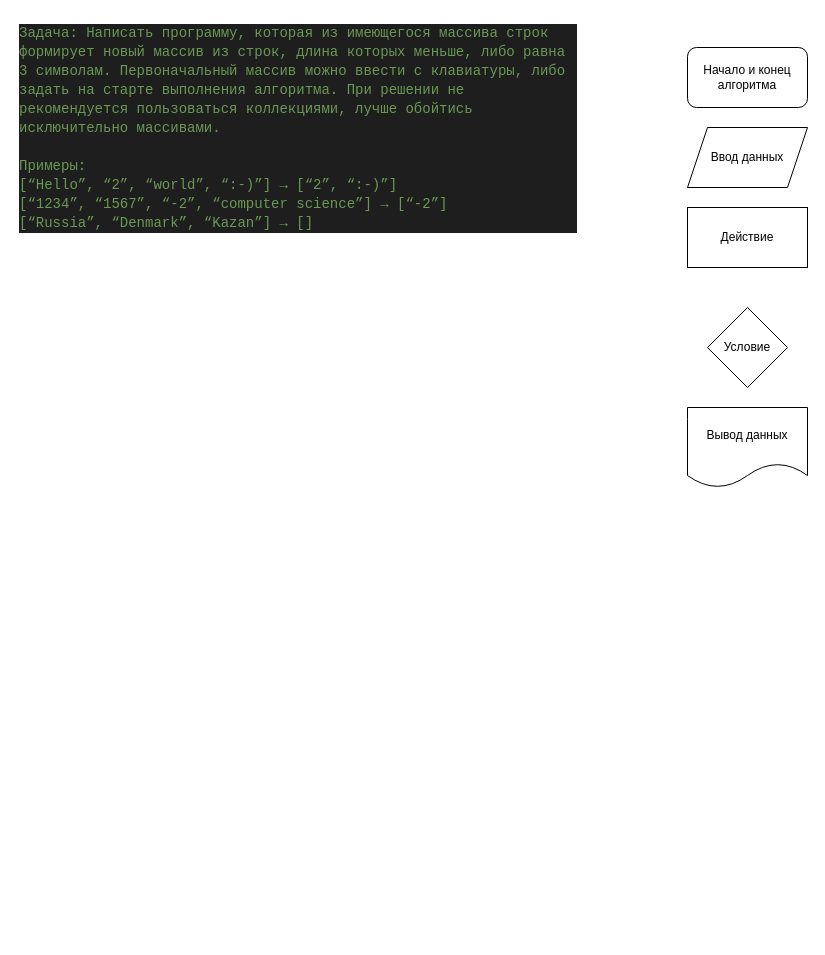
LittleDrongo/gb_final_control_work_2023 keeps this draw.io diagram as projecting/blockscheme.drawio. Above is the earlier version. Source tidied: cells renumbered, new cells numbered last; positions are measured from the earlier drawing's top-left corner, leaving out a move shared by most shapes. Both pictures are drawn from the tidied source at 100%, with x=0, y=0 at pixel (17, 17).
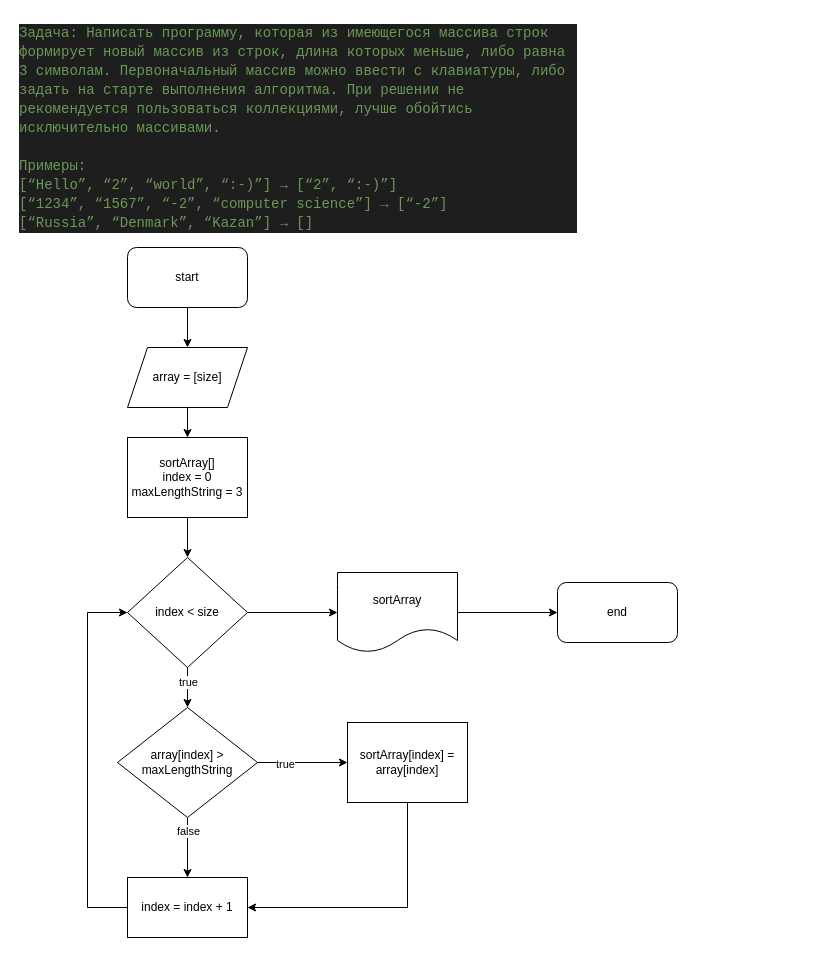
The same page after the edit.

The edit, as a diff of the source:
```diff
@@
-    <mxCell id="2" value="Начало и конец алгоритма" style="rounded=1;whiteSpace=wrap;html=1;" parent="1" vertex="1">
-      <mxGeometry x="670" y="30" width="120" height="60" as="geometry" />
-    </mxCell>
-    <mxCell id="3" value="Ввод данных" style="shape=parallelogram;perimeter=parallelogramPerimeter;whiteSpace=wrap;html=1;fixedSize=1;" parent="1" vertex="1">
-      <mxGeometry x="670" y="110" width="120" height="60" as="geometry" />
-    </mxCell>
-    <mxCell id="4" value="Действие" style="rounded=0;whiteSpace=wrap;html=1;" parent="1" vertex="1">
-      <mxGeometry x="670" y="190" width="120" height="60" as="geometry" />
-    </mxCell>
-    <mxCell id="5" value="Условие" style="rhombus;whiteSpace=wrap;html=1;" parent="1" vertex="1">
-      <mxGeometry x="690" y="290" width="80" height="80" as="geometry" />
-    </mxCell>
-    <mxCell id="6" value="Вывод данных" style="shape=document;whiteSpace=wrap;html=1;boundedLbl=1;" parent="1" vertex="1">
-      <mxGeometry x="670" y="390" width="120" height="80" as="geometry" />
-    </mxCell>
-    <mxCell id="7" value="&lt;div style=&quot;color: rgb(212, 212, 212); background-color: rgb(30, 30, 30); font-family: Consolas, &amp;quot;Courier New&amp;quot;, monospace; font-weight: normal; font-size: 14px; line-height: 19px;&quot;&gt;&lt;div&gt;&lt;span style=&quot;color: #6a9955;&quot;&gt;Задача: Написать программу, которая из имеющегося массива строк формирует новый массив из строк, длина которых меньше, либо равна 3 символам. Первоначальный массив можно ввести с клавиатуры, либо задать на старте выполнения алгоритма. При решении не рекомендуется пользоваться коллекциями, лучше обойтись исключительно массивами.&lt;/span&gt;&lt;/div&gt;&lt;br&gt;&lt;div&gt;&lt;span style=&quot;color: #6a9955;&quot;&gt;Примеры:&lt;/span&gt;&lt;/div&gt;&lt;div&gt;&lt;span style=&quot;color: #6a9955;&quot;&gt;[“Hello”, “2”, “world”, “:-)”] → [“2”, “:-)”]&lt;/span&gt;&lt;/div&gt;&lt;div&gt;&lt;span style=&quot;color: #6a9955;&quot;&gt;[“1234”, “1567”, “-2”, “computer science”] → [“-2”]&lt;/span&gt;&lt;/div&gt;&lt;div&gt;&lt;span style=&quot;color: #6a9955;&quot;&gt;[“Russia”, “Denmark”, “Kazan”] → [] &lt;/span&gt;&lt;/div&gt;&lt;/div&gt;" style="text;whiteSpace=wrap;html=1;" parent="1" vertex="1">
+    <mxCell id="7" value="&lt;div style=&quot;color: rgb(212, 212, 212); background-color: rgb(30, 30, 30); font-family: Consolas, &amp;quot;Courier New&amp;quot;, monospace; font-weight: normal; font-size: 14px; line-height: 19px;&quot;&gt;&lt;div&gt;&lt;span style=&quot;color: #6a9955;&quot;&gt;Задача: Написать программу, которая из имеющегося массива строк формирует новый массив из строк, длина которых меньше, либо равна 3 символам. Первоначальный массив можно ввести с клавиатуры, либо задать на старте выполнения алгоритма. При решении не рекомендуется пользоваться коллекциями, лучше обойтись исключительно массивами.&lt;/span&gt;&lt;/div&gt;&lt;br&gt;&lt;div&gt;&lt;span style=&quot;color: #6a9955;&quot;&gt;Примеры:&lt;/span&gt;&lt;/div&gt;&lt;div&gt;&lt;span style=&quot;color: #6a9955;&quot;&gt;[“Hello”, “2”, “world”, “:-)”] → [“2”, “:-)”]&lt;/span&gt;&lt;/div&gt;&lt;div&gt;&lt;span style=&quot;color: #6a9955;&quot;&gt;[“1234”, “1567”, “-2”, “computer science”] → [“-2”]&lt;/span&gt;&lt;/div&gt;&lt;div&gt;&lt;span style=&quot;color: #6a9955;&quot;&gt;[“Russia”, “Denmark”, “Kazan”] → [] &lt;/span&gt;&lt;/div&gt;&lt;/div&gt;" style="text;whiteSpace=wrap;html=1;fillColor=none;fillStyle=auto;" parent="1" vertex="1">
       <mxGeometry width="560" height="210" as="geometry" />
     </mxCell>
+    <mxCell id="8" style="edgeStyle=none;html=1;" parent="1" edge="1" source="9" target="11">
+      <mxGeometry relative="1" as="geometry" />
+    </mxCell>
+    <mxCell id="9" value="start" style="rounded=1;whiteSpace=wrap;html=1;" parent="1" vertex="1">
+      <mxGeometry x="110" y="230" width="120" height="60" as="geometry" />
+    </mxCell>
+    <mxCell id="10" style="edgeStyle=none;html=1;" parent="1" edge="1" source="11" target="13">
+      <mxGeometry relative="1" as="geometry" />
+    </mxCell>
+    <mxCell id="11" value="array = [size]" style="shape=parallelogram;perimeter=parallelogramPerimeter;whiteSpace=wrap;html=1;fixedSize=1;" parent="1" vertex="1">
+      <mxGeometry x="110" y="330" width="120" height="60" as="geometry" />
+    </mxCell>
+    <mxCell id="12" style="edgeStyle=none;html=1;" parent="1" edge="1" source="13" target="17">
+      <mxGeometry relative="1" as="geometry" />
+    </mxCell>
+    <mxCell id="13" value="sortArray[]&lt;br&gt;index = 0&lt;br&gt;maxLengthString = 3" style="rounded=0;whiteSpace=wrap;html=1;" parent="1" vertex="1">
+      <mxGeometry x="110" y="420" width="120" height="80" as="geometry" />
+    </mxCell>
+    <mxCell id="14" style="edgeStyle=none;html=1;" parent="1" edge="1" source="17" target="24">
+      <mxGeometry relative="1" as="geometry" />
+    </mxCell>
+    <mxCell id="15" value="true" style="edgeLabel;html=1;align=center;verticalAlign=middle;" parent="14" vertex="1">
+      <mxGeometry x="-0.28" relative="1" as="geometry" />
+    </mxCell>
+    <mxCell id="16" style="edgeStyle=none;rounded=0;html=1;entryX=0;entryY=0.5;entryDx=0;entryDy=0;" parent="1" edge="1" source="17" target="28">
+      <mxGeometry relative="1" as="geometry" />
+    </mxCell>
+    <mxCell id="17" value="index &amp;lt; size" style="rhombus;whiteSpace=wrap;html=1;" parent="1" vertex="1">
+      <mxGeometry x="110" y="540" width="120" height="110" as="geometry" />
+    </mxCell>
+    <mxCell id="18" style="edgeStyle=none;rounded=0;html=1;entryX=0;entryY=0.5;entryDx=0;entryDy=0;" parent="1" edge="1" source="19" target="17">
+      <mxGeometry relative="1" as="geometry">
+        <Array as="points">
+          <mxPoint x="70" y="890" />
+          <mxPoint x="70" y="595" />
+        </Array>
+      </mxGeometry>
+    </mxCell>
+    <mxCell id="19" value="index = index + 1" style="rounded=0;whiteSpace=wrap;html=1;" parent="1" vertex="1">
+      <mxGeometry x="110" y="860" width="120" height="60" as="geometry" />
+    </mxCell>
+    <mxCell id="20" style="edgeStyle=none;html=1;entryX=0;entryY=0.5;entryDx=0;entryDy=0;" parent="1" edge="1" source="24" target="26">
+      <mxGeometry relative="1" as="geometry" />
+    </mxCell>
+    <mxCell id="21" value="true" style="edgeLabel;html=1;align=center;verticalAlign=middle;" parent="20" vertex="1">
+      <mxGeometry x="-0.39" y="-1" relative="1" as="geometry" />
+    </mxCell>
+    <mxCell id="22" style="edgeStyle=none;rounded=0;html=1;" parent="1" edge="1" source="24" target="19">
+      <mxGeometry relative="1" as="geometry" />
+    </mxCell>
+    <mxCell id="23" value="false" style="edgeLabel;html=1;align=center;verticalAlign=middle;" parent="22" vertex="1">
+      <mxGeometry x="-0.55" relative="1" as="geometry" />
+    </mxCell>
+    <mxCell id="24" value="array[index] &amp;gt; maxLengthString" style="rhombus;whiteSpace=wrap;html=1;" parent="1" vertex="1">
+      <mxGeometry x="100" y="690" width="140" height="110" as="geometry" />
+    </mxCell>
+    <mxCell id="25" style="edgeStyle=none;rounded=0;html=1;entryX=1;entryY=0.5;entryDx=0;entryDy=0;" parent="1" edge="1" source="26" target="19">
+      <mxGeometry relative="1" as="geometry">
+        <Array as="points">
+          <mxPoint x="390" y="890" />
+        </Array>
+      </mxGeometry>
+    </mxCell>
+    <mxCell id="26" value="sortArray[index] = array[index]" style="rounded=0;whiteSpace=wrap;html=1;" parent="1" vertex="1">
+      <mxGeometry x="330" y="705" width="120" height="80" as="geometry" />
+    </mxCell>
+    <mxCell id="27" style="edgeStyle=none;rounded=0;html=1;entryX=0;entryY=0.5;entryDx=0;entryDy=0;" parent="1" edge="1" source="28" target="29">
+      <mxGeometry relative="1" as="geometry" />
+    </mxCell>
+    <mxCell id="28" value="sortArray" style="shape=document;whiteSpace=wrap;html=1;boundedLbl=1;" parent="1" vertex="1">
+      <mxGeometry x="320" y="555" width="120" height="80" as="geometry" />
+    </mxCell>
+    <mxCell id="29" value="end" style="rounded=1;whiteSpace=wrap;html=1;" parent="1" vertex="1">
+      <mxGeometry x="540" y="565" width="120" height="60" as="geometry" />
+    </mxCell>
```
